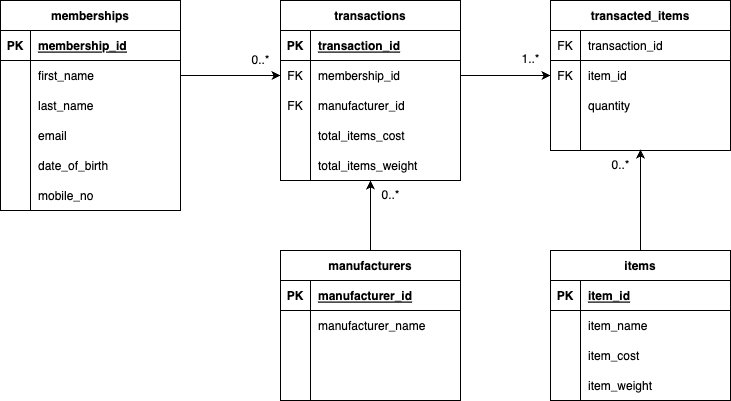
robi-ng/data-engineering keeps this draw.io diagram as databases/erd.png. Above is the earlier version. Source tidied: cells renumbered, new cells last; positions are measured from the earlier drawing's top-left corner, leaving out a move shared by most shapes.
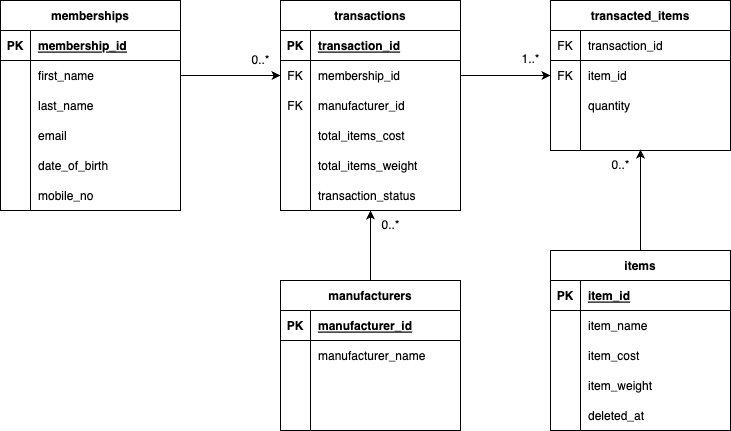
Above is the later version.

Commit message:
Add system-design and update db schema

What changed in the source:
```diff
@@ -59,11 +59,13 @@
     <mxCell id="20" value="mobile_no" style="shape=partialRectangle;fillColor=none;top=0;left=0;bottom=0;right=0;align=left;spacingLeft=6;overflow=hidden;" parent="18" vertex="1">
       <mxGeometry x="30" width="150" height="30" as="geometry" />
     </mxCell>
-    <mxCell id="21" style="edgeStyle=orthogonalEdgeStyle;rounded=0;jettySize=auto;html=1;entryX=0.5;entryY=1;entryDx=0;entryDy=0;entryPerimeter=0;" parent="1" edge="1" source="22" target="62">
-      <mxGeometry relative="1" as="geometry" />
+    <mxCell id="21" style="edgeStyle=orthogonalEdgeStyle;rounded=0;jettySize=auto;html=1;entryX=0.5;entryY=1;entryDx=0;entryDy=0;entryPerimeter=0;" parent="1" edge="1" source="22">
+      <mxGeometry relative="1" as="geometry">
+        <mxPoint x="370" y="210" as="targetPoint" />
+      </mxGeometry>
     </mxCell>
     <mxCell id="22" value="manufacturers" style="shape=table;startSize=30;rowLines=0;fontStyle=1;align=center;" parent="1" vertex="1">
-      <mxGeometry x="280" y="250" width="180" height="150" as="geometry" />
+      <mxGeometry x="280" y="280" width="180" height="150" as="geometry" />
     </mxCell>
     <mxCell id="23" style="shape=tableRow;horizontal=0;startSize=0;swimlaneHead=0;swimlaneBody=0;fillColor=none;top=0;left=0;right=0;bottom=1;" parent="22" vertex="1">
       <mxGeometry y="30" width="180" height="30" as="geometry" />
@@ -105,7 +107,7 @@
       <mxGeometry relative="1" as="geometry" />
     </mxCell>
     <mxCell id="36" value="items" style="shape=table;startSize=30;rowLines=0;fontStyle=1;align=center;" parent="1" vertex="1">
-      <mxGeometry x="550" y="250" width="180" height="150" as="geometry" />
+      <mxGeometry x="550" y="250" width="180" height="180" as="geometry" />
     </mxCell>
     <mxCell id="37" style="shape=tableRow;horizontal=0;startSize=0;swimlaneHead=0;swimlaneBody=0;fillColor=none;top=0;left=0;right=0;bottom=1;" parent="36" vertex="1">
       <mxGeometry y="30" width="180" height="30" as="geometry" />
@@ -143,8 +145,17 @@
     <mxCell id="48" value="item_weight" style="shape=partialRectangle;fillColor=none;top=0;left=0;bottom=0;right=0;align=left;spacingLeft=6;overflow=hidden;" parent="46" vertex="1">
       <mxGeometry x="30" width="150" height="30" as="geometry" />
     </mxCell>
+    <mxCell id="84" style="shape=tableRow;horizontal=0;startSize=0;swimlaneHead=0;swimlaneBody=0;fillColor=none;top=0;left=0;right=0;bottom=0;strokeColor=default;" parent="36" vertex="1">
+      <mxGeometry y="150" width="180" height="30" as="geometry" />
+    </mxCell>
+    <mxCell id="85" style="shape=partialRectangle;fillColor=none;top=0;left=0;bottom=0;right=0;overflow=hidden;strokeColor=default;" parent="84" vertex="1">
+      <mxGeometry width="30" height="30" as="geometry" />
+    </mxCell>
+    <mxCell id="86" value="deleted_at" style="shape=partialRectangle;fillColor=none;top=0;left=0;bottom=0;right=0;align=left;spacingLeft=6;overflow=hidden;strokeColor=default;" parent="84" vertex="1">
+      <mxGeometry x="30" width="150" height="30" as="geometry" />
+    </mxCell>
     <mxCell id="49" value="transactions" style="shape=table;startSize=30;rowLines=0;fontStyle=1;align=center;" parent="1" vertex="1">
-      <mxGeometry x="280" width="180" height="180" as="geometry" />
+      <mxGeometry x="280" width="180" height="210" as="geometry" />
     </mxCell>
     <mxCell id="50" style="shape=tableRow;horizontal=0;startSize=0;swimlaneHead=0;swimlaneBody=0;fillColor=none;top=0;left=0;right=0;bottom=1;" parent="49" vertex="1">
       <mxGeometry y="30" width="180" height="30" as="geometry" />
@@ -191,6 +202,15 @@
     <mxCell id="64" value="total_items_weight" style="shape=partialRectangle;fillColor=none;top=0;left=0;bottom=0;right=0;align=left;spacingLeft=6;overflow=hidden;" parent="62" vertex="1">
       <mxGeometry x="30" width="150" height="30" as="geometry" />
     </mxCell>
+    <mxCell id="87" style="shape=tableRow;horizontal=0;startSize=0;swimlaneHead=0;swimlaneBody=0;fillColor=none;top=0;left=0;right=0;bottom=0;strokeColor=default;" parent="49" vertex="1">
+      <mxGeometry y="180" width="180" height="30" as="geometry" />
+    </mxCell>
+    <mxCell id="88" style="shape=partialRectangle;fillColor=none;top=0;left=0;bottom=0;right=0;overflow=hidden;strokeColor=default;" parent="87" vertex="1">
+      <mxGeometry width="30" height="30" as="geometry" />
+    </mxCell>
+    <mxCell id="89" value="transaction_status" style="shape=partialRectangle;fillColor=none;top=0;left=0;bottom=0;right=0;align=left;spacingLeft=6;overflow=hidden;strokeColor=default;" parent="87" vertex="1">
+      <mxGeometry x="30" width="150" height="30" as="geometry" />
+    </mxCell>
     <mxCell id="65" value="transacted_items" style="shape=table;startSize=30;rowLines=0;fontStyle=1;align=center;swimlaneLine=1;" parent="1" vertex="1">
       <mxGeometry x="550" width="180" height="150" as="geometry" />
     </mxCell>
@@ -240,7 +260,7 @@
       <mxGeometry x="240" y="45" width="40" height="30" as="geometry" />
     </mxCell>
     <mxCell id="81" value="0..*" style="text;html=1;align=center;verticalAlign=middle;strokeColor=none;fillColor=none;" parent="1" vertex="1">
-      <mxGeometry x="370" y="180" width="40" height="30" as="geometry" />
+      <mxGeometry x="370" y="210" width="40" height="30" as="geometry" />
     </mxCell>
     <mxCell id="82" value="1..*" style="text;html=1;align=center;verticalAlign=middle;strokeColor=none;fillColor=none;" parent="1" vertex="1">
       <mxGeometry x="510" y="44" width="40" height="30" as="geometry" />
```
